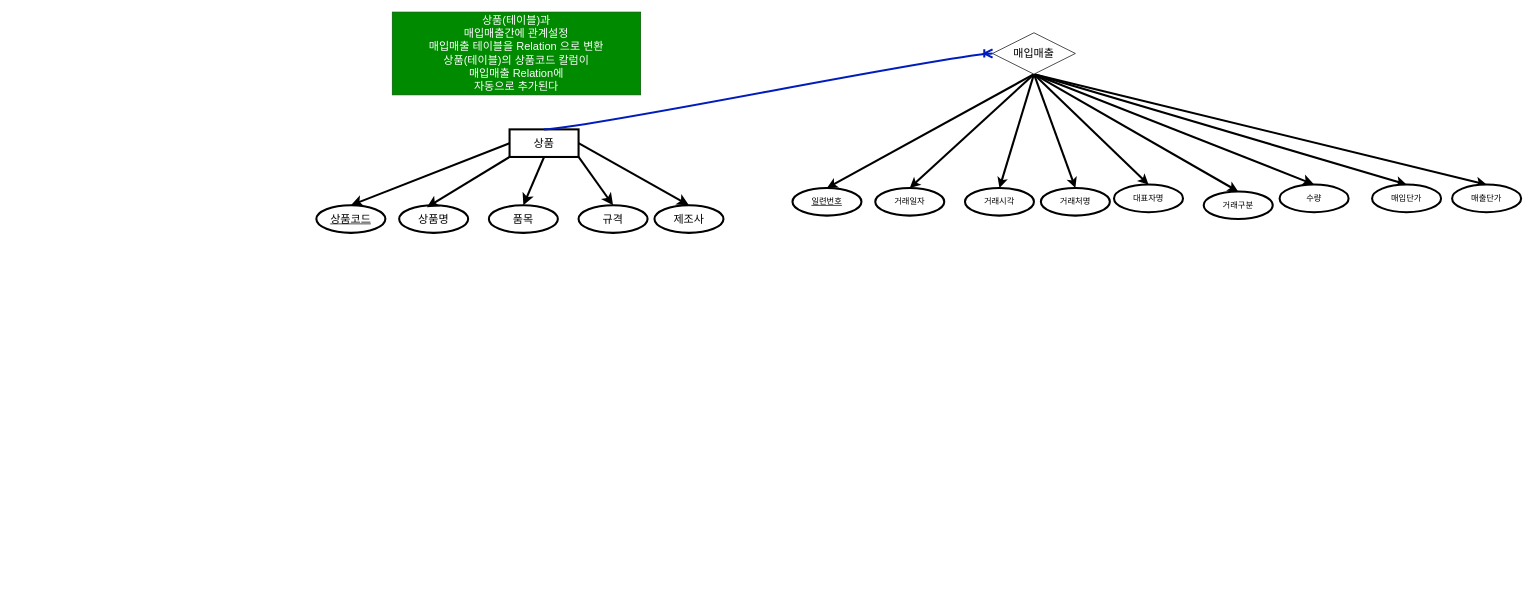
This is 매입매출/매입매출_V2.drawio from WHM0304/Biz-2024-DBMS, a draw.io file, before an edit. Source tidied: cells renumbered, new cells numbered last; positions are measured from the earlier drawing's top-left corner, leaving out a move shared by most shapes. Both pictures are drawn from the tidied source at 69%, with x=0, y=0 at pixel (316, 12).
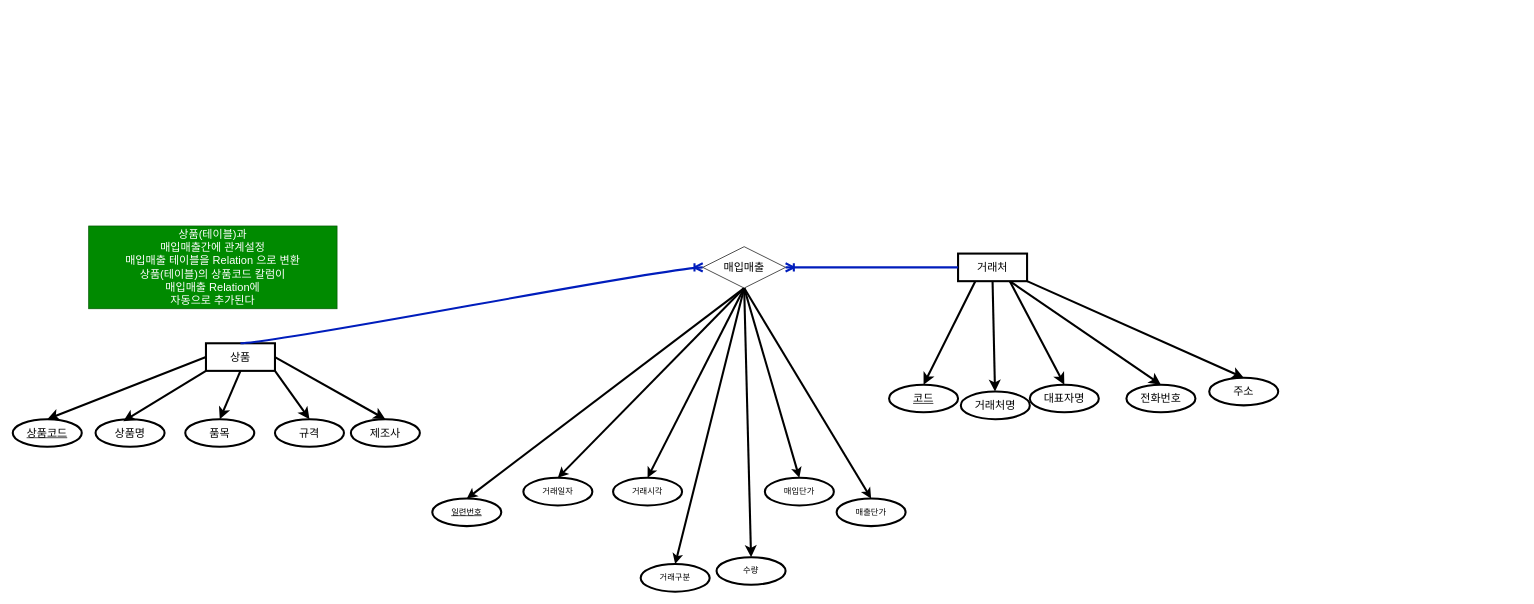
Above is the later version.

What changed in the source:
```diff
@@
-    <mxCell id="5" style="rounded=0;jettySize=auto;html=1;exitX=0.5;exitY=1;exitDx=0;exitDy=0;entryX=0.5;entryY=0;entryDx=0;entryDy=0;strokeWidth=3;" parent="1" edge="1" source="32" target="13">
-      <mxGeometry relative="1" as="geometry" />
-    </mxCell>
-    <mxCell id="6" style="rounded=0;jettySize=auto;html=1;exitX=0.5;exitY=1;exitDx=0;exitDy=0;entryX=0.5;entryY=0;entryDx=0;entryDy=0;strokeWidth=3;" parent="1" edge="1" source="32" target="14">
-      <mxGeometry relative="1" as="geometry" />
-    </mxCell>
@@
     <mxCell id="10" value="일련번호&lt;br&gt;" style="ellipse;whiteSpace=wrap;html=1;align=center;fontStyle=4;strokeWidth=3;" parent="1" vertex="1">
-      <mxGeometry x="690" y="255" width="100" height="40" as="geometry" />
+      <mxGeometry x="168" y="705" width="100" height="40" as="geometry" />
     </mxCell>
     <mxCell id="11" value="거래일자&lt;br&gt;" style="ellipse;whiteSpace=wrap;html=1;align=center;strokeWidth=3;" parent="1" vertex="1">
-      <mxGeometry x="810" y="255" width="100" height="40" as="geometry" />
+      <mxGeometry x="300" y="675" width="100" height="40" as="geometry" />
     </mxCell>
     <mxCell id="12" value="거래시각" style="ellipse;whiteSpace=wrap;html=1;align=center;strokeWidth=3;" parent="1" vertex="1">
-      <mxGeometry x="940" y="255" width="100" height="40" as="geometry" />
+      <mxGeometry x="430" y="675" width="100" height="40" as="geometry" />
     </mxCell>
-    <mxCell id="13" value="거래처명&lt;br&gt;" style="ellipse;whiteSpace=wrap;html=1;align=center;strokeWidth=3;" parent="1" vertex="1">
-      <mxGeometry x="1050" y="255" width="100" height="40" as="geometry" />
-    </mxCell>
-    <mxCell id="14" value="대표자명" style="ellipse;whiteSpace=wrap;html=1;align=center;strokeWidth=3;" parent="1" vertex="1">
-      <mxGeometry x="1156" y="250" width="100" height="40" as="geometry" />
-    </mxCell>
     <mxCell id="15" value="수량" style="ellipse;whiteSpace=wrap;html=1;align=center;strokeWidth=3;" parent="1" vertex="1">
-      <mxGeometry x="1396" y="250" width="100" height="40" as="geometry" />
+      <mxGeometry x="580" y="790" width="100" height="40" as="geometry" />
     </mxCell>
     <mxCell id="16" value="매입단가" style="ellipse;whiteSpace=wrap;html=1;align=center;strokeWidth=3;" parent="1" vertex="1">
-      <mxGeometry x="1530" y="250" width="100" height="40" as="geometry" />
+      <mxGeometry x="650" y="675" width="100" height="40" as="geometry" />
     </mxCell>
     <mxCell id="17" value="매출단가&lt;br&gt;" style="ellipse;whiteSpace=wrap;html=1;align=center;strokeWidth=3;" parent="1" vertex="1">
-      <mxGeometry x="1646" y="250" width="100" height="40" as="geometry" />
+      <mxGeometry x="754" y="705" width="100" height="40" as="geometry" />
     </mxCell>
     <mxCell id="18" value="거래구분" style="ellipse;whiteSpace=wrap;html=1;align=center;strokeWidth=3;" parent="1" vertex="1">
-      <mxGeometry x="1286" y="260" width="100" height="40" as="geometry" />
+      <mxGeometry x="470" y="800" width="100" height="40" as="geometry" />
     </mxCell>
@@
     <mxCell id="23" value="상품&lt;br&gt;" style="whiteSpace=wrap;html=1;align=center;fontSize=16;strokeWidth=3;" parent="1" vertex="1">
-      <mxGeometry x="280" y="170" width="100" height="40" as="geometry" />
+      <mxGeometry x="-160" y="480" width="100" height="40" as="geometry" />
     </mxCell>
     <mxCell id="24" value="상품코드" style="ellipse;whiteSpace=wrap;html=1;align=center;fontStyle=4;fontSize=16;strokeWidth=3;" parent="1" vertex="1">
-      <mxGeometry y="280" width="100" height="40" as="geometry" />
+      <mxGeometry x="-440" y="590" width="100" height="40" as="geometry" />
     </mxCell>
     <mxCell id="25" value="상품명&lt;br&gt;" style="ellipse;whiteSpace=wrap;html=1;align=center;fontSize=16;strokeWidth=3;" parent="1" vertex="1">
-      <mxGeometry x="120" y="280" width="100" height="40" as="geometry" />
+      <mxGeometry x="-320" y="590" width="100" height="40" as="geometry" />
     </mxCell>
     <mxCell id="26" value="품목" style="ellipse;whiteSpace=wrap;html=1;align=center;fontSize=16;strokeWidth=3;" parent="1" vertex="1">
-      <mxGeometry x="250" y="280" width="100" height="40" as="geometry" />
+      <mxGeometry x="-190" y="590" width="100" height="40" as="geometry" />
     </mxCell>
     <mxCell id="27" value="규격" style="ellipse;whiteSpace=wrap;html=1;align=center;fontSize=16;strokeWidth=3;" parent="1" vertex="1">
-      <mxGeometry x="380" y="280" width="100" height="40" as="geometry" />
+      <mxGeometry x="-60" y="590" width="100" height="40" as="geometry" />
     </mxCell>
     <mxCell id="28" value="제조사" style="ellipse;whiteSpace=wrap;html=1;align=center;fontSize=16;strokeWidth=3;" parent="1" vertex="1">
-      <mxGeometry x="490" y="280" width="100" height="40" as="geometry" />
+      <mxGeometry x="50" y="590" width="100" height="40" as="geometry" />
     </mxCell>
@@
     <mxCell id="32" value="매입매출&lt;br&gt;" style="shape=rhombus;perimeter=rhombusPerimeter;whiteSpace=wrap;html=1;align=center;fontSize=16;" parent="1" vertex="1">
-      <mxGeometry x="980" y="30" width="120" height="60" as="geometry" />
+      <mxGeometry x="560" y="340" width="120" height="60" as="geometry" />
     </mxCell>
     <mxCell id="33" value="상품(테이블)과&lt;br&gt;매입매출간에 관계설정&lt;br&gt;매입매출 테이블을 Relation 으로 변환&lt;br&gt;상품(테이블)의 상품코드 칼럼이&lt;br&gt;매입매출 Relation에 &lt;br&gt;자동으로 추가된다" style="rounded=0;whiteSpace=wrap;html=1;fontSize=16;fillColor=#008a00;fontColor=#ffffff;strokeColor=#005700;" parent="1" vertex="1">
-      <mxGeometry x="110" width="360" height="120" as="geometry" />
+      <mxGeometry x="-330" y="310" width="360" height="120" as="geometry" />
     </mxCell>
+    <mxCell id="34" style="edgeStyle=none;curved=1;rounded=0;jettySize=auto;html=1;exitX=0.25;exitY=1;exitDx=0;exitDy=0;entryX=0.5;entryY=0;entryDx=0;entryDy=0;fontSize=12;startSize=8;endSize=8;strokeWidth=3;" parent="1" edge="1" source="39" target="41">
+      <mxGeometry relative="1" as="geometry" />
+    </mxCell>
+    <mxCell id="35" style="edgeStyle=none;curved=1;rounded=0;jettySize=auto;html=1;exitX=0.5;exitY=1;exitDx=0;exitDy=0;fontSize=12;startSize=8;endSize=8;strokeWidth=3;" parent="1" edge="1" source="39" target="13">
+      <mxGeometry relative="1" as="geometry" />
+    </mxCell>
+    <mxCell id="36" style="edgeStyle=none;curved=1;rounded=0;jettySize=auto;html=1;exitX=0.75;exitY=1;exitDx=0;exitDy=0;entryX=0.5;entryY=0;entryDx=0;entryDy=0;fontSize=12;startSize=8;endSize=8;strokeWidth=3;" parent="1" edge="1" source="39" target="14">
+      <mxGeometry relative="1" as="geometry" />
+    </mxCell>
+    <mxCell id="37" style="edgeStyle=none;curved=1;rounded=0;jettySize=auto;html=1;exitX=0.75;exitY=1;exitDx=0;exitDy=0;entryX=0.5;entryY=0;entryDx=0;entryDy=0;fontSize=12;startSize=8;endSize=8;strokeWidth=3;" parent="1" edge="1" source="39" target="42">
+      <mxGeometry relative="1" as="geometry" />
+    </mxCell>
+    <mxCell id="38" style="edgeStyle=none;curved=1;rounded=0;jettySize=auto;html=1;exitX=1;exitY=1;exitDx=0;exitDy=0;entryX=0.5;entryY=0;entryDx=0;entryDy=0;fontSize=12;startSize=8;endSize=8;strokeWidth=3;" parent="1" edge="1" source="39" target="43">
+      <mxGeometry relative="1" as="geometry" />
+    </mxCell>
+    <mxCell id="39" value="거래처&lt;br&gt;" style="whiteSpace=wrap;html=1;align=center;fontSize=16;strokeWidth=3;" parent="1" vertex="1">
+      <mxGeometry x="930" y="350" width="100" height="40" as="geometry" />
+    </mxCell>
+    <mxCell id="40" style="edgeStyle=entityRelationEdgeStyle;fontSize=12;html=1;endArrow=ERoneToMany;rounded=0;startSize=8;endSize=8;curved=1;exitX=0;exitY=0.5;exitDx=0;exitDy=0;entryX=1;entryY=0.5;entryDx=0;entryDy=0;strokeWidth=3;fillColor=#0050ef;strokeColor=#001DBC;" parent="1" edge="1" source="39" target="32">
+      <mxGeometry relative="1" as="geometry" />
+    </mxCell>
+    <mxCell id="41" value="코드&lt;br&gt;" style="ellipse;whiteSpace=wrap;html=1;align=center;fontStyle=4;fontSize=16;strokeWidth=3;" parent="1" vertex="1">
+      <mxGeometry x="830" y="540" width="100" height="40" as="geometry" />
+    </mxCell>
+    <mxCell id="14" value="대표자명" style="ellipse;whiteSpace=wrap;html=1;align=center;fontSize=16;strokeWidth=3;" parent="1" vertex="1">
+      <mxGeometry x="1034" y="540" width="100" height="40" as="geometry" />
+    </mxCell>
+    <mxCell id="13" value="거래처명" style="ellipse;whiteSpace=wrap;html=1;align=center;fontSize=16;strokeWidth=3;" parent="1" vertex="1">
+      <mxGeometry x="934" y="550" width="100" height="40" as="geometry" />
+    </mxCell>
+    <mxCell id="42" value="전화번호" style="ellipse;whiteSpace=wrap;html=1;align=center;fontSize=16;strokeWidth=3;" parent="1" vertex="1">
+      <mxGeometry x="1174" y="540" width="100" height="40" as="geometry" />
+    </mxCell>
+    <mxCell id="43" value="주소&lt;br&gt;" style="ellipse;whiteSpace=wrap;html=1;align=center;fontSize=16;strokeWidth=3;" parent="1" vertex="1">
+      <mxGeometry x="1294" y="530" width="100" height="40" as="geometry" />
+    </mxCell>
```
